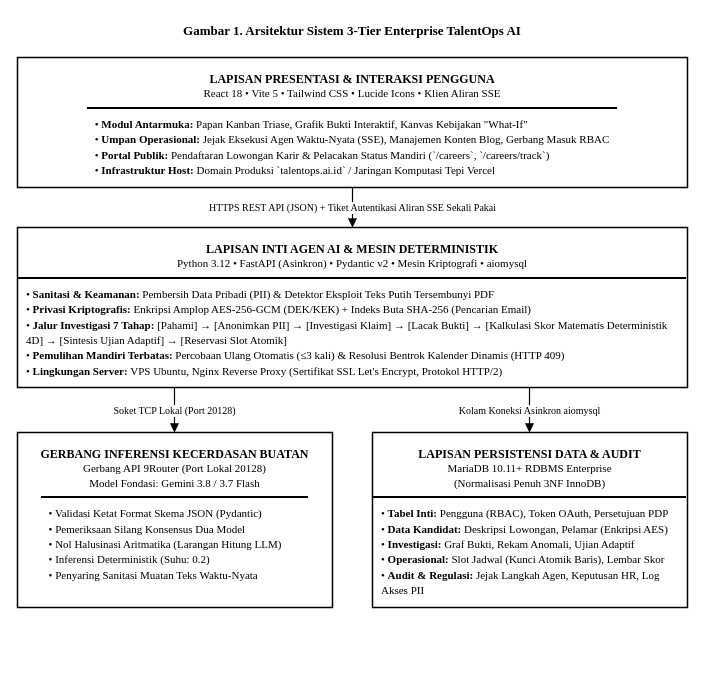
Before: docs/docsLomba/arsitektur_sistem_talentops.drawio.xml in najmifaza/TalentOpsAI, a draw.io diagram. Source tidied: cells renumbered, new cells numbered last; positions are measured from the earlier drawing's top-left corner, leaving out a move shared by most shapes. Both pictures are drawn from the tidied source at 100%, with x=0, y=0 at pixel (17, 17).
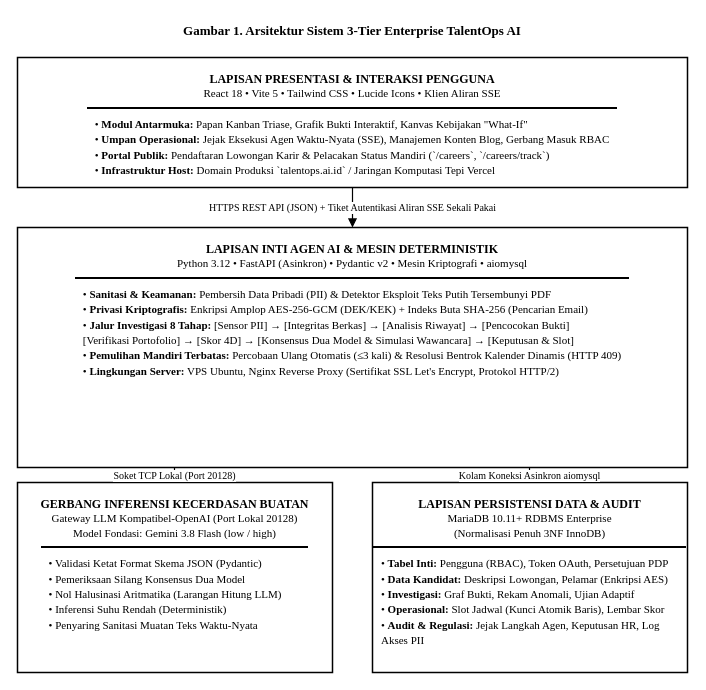
Above is the later version.

The edit, as a diff of the source:
```diff
@@
 <mxGraphModel background="light-dark(#ffffff, #121212)">
   <root>
     <mxCell id="0" />
     <mxCell id="1" parent="0" />
     <mxCell id="2" value="Gambar 1. Arsitektur Sistem 3-Tier Enterprise TalentOps AI" style="text;html=1;strokeColor=none;fillColor=none;align=center;verticalAlign=middle;whiteSpace=wrap;rounded=0;fontSize=13;fontStyle=1;fontColor=#000000;fontFamily=Times New Roman;" parent="1" vertex="1">
       <mxGeometry width="670" height="25" as="geometry" />
     </mxCell>
     <mxCell id="3" value="&lt;b&gt;LAPISAN PRESENTASI &amp;amp; INTERAKSI PENGGUNA&lt;/b&gt;&lt;br&gt;&lt;font style=&quot;font-size: 11px;&quot;&gt;React 18 • Vite 5 • Tailwind CSS • Lucide Icons • Klien Aliran SSE&lt;/font&gt;&lt;hr style=&quot;border: 0.5px solid #000000;&quot;&gt;&lt;div align=&quot;left&quot; style=&quot;padding: 2px 8px; font-size: 11px; line-height: 1.4;&quot;&gt;• &lt;b&gt;Modul Antarmuka:&lt;/b&gt; Papan Kanban Triase, Grafik Bukti Interaktif, Kanvas Kebijakan &amp;quot;What-If&amp;quot;&lt;br&gt;• &lt;b&gt;Umpan Operasional:&lt;/b&gt; Jejak Eksekusi Agen Waktu-Nyata (SSE), Manajemen Konten Blog, Gerbang Masuk RBAC&lt;br&gt;• &lt;b&gt;Portal Publik:&lt;/b&gt; Pendaftaran Lowongan Karir &amp;amp; Pelacakan Status Mandiri (`/careers`, `/careers/track`)&lt;br&gt;• &lt;b&gt;Infrastruktur Host:&lt;/b&gt; Domain Produksi `talentops.ai.id` / Jaringan Komputasi Tepi Vercel&lt;/div&gt;" style="rounded=0;whiteSpace=wrap;html=1;fillColor=#FFFFFF;strokeColor=#000000;strokeWidth=1.5;align=center;verticalAlign=top;spacingTop=8;fontColor=#000000;fontSize=12;fontFamily=Times New Roman;" parent="1" vertex="1">
       <mxGeometry y="40" width="670" height="130" as="geometry" />
     </mxCell>
     <mxCell id="4" value="HTTPS REST API (JSON) + Tiket Autentikasi Aliran SSE Sekali Pakai" style="edgeStyle=orthogonalEdgeStyle;rounded=0;jettySize=auto;html=1;strokeColor=light-dark(#000000,#000000);strokeWidth=1.2;fontColor=#000000;fontSize=10;fontFamily=Times New Roman;align=center;labelBackgroundColor=#FFFFFF;endArrow=block;endFill=1;" parent="1" edge="1" source="3" target="5">
       <mxGeometry relative="1" as="geometry" />
     </mxCell>
-    <mxCell id="5" value="&lt;b&gt;LAPISAN INTI AGEN AI &amp;amp; MESIN DETERMINISTIK&lt;/b&gt;&lt;br&gt;&lt;font style=&quot;font-size: 11px;&quot;&gt;Python 3.12 • FastAPI (Asinkron) • Pydantic v2 • Mesin Kriptografi • aiomysql&lt;/font&gt;&lt;hr style=&quot;border: 0.5px solid #000000;&quot;&gt;&lt;div align=&quot;left&quot; style=&quot;padding: 2px 8px; font-size: 11px; line-height: 1.4;&quot;&gt;• &lt;b&gt;Sanitasi &amp;amp; Keamanan:&lt;/b&gt; Pembersih Data Pribadi (PII) &amp;amp; Detektor Eksploit Teks Putih Tersembunyi PDF&lt;br&gt;• &lt;b&gt;Privasi Kriptografis:&lt;/b&gt; Enkripsi Amplop AES-256-GCM (DEK/KEK) + Indeks Buta SHA-256 (Pencarian Email)&lt;br&gt;• &lt;b&gt;Jalur Investigasi 7 Tahap:&lt;/b&gt; [Pahami] → [Anonimkan PII] → [Investigasi Klaim] → [Lacak Bukti] → [Kalkulasi Skor Matematis Deterministik 4D] → [Sintesis Ujian Adaptif] → [Reservasi Slot Atomik]&lt;br&gt;• &lt;b&gt;Pemulihan Mandiri Terbatas:&lt;/b&gt; Percobaan Ulang Otomatis (≤3 kali) &amp;amp; Resolusi Bentrok Kalender Dinamis (HTTP 409)&lt;br&gt;• &lt;b&gt;Lingkungan Server:&lt;/b&gt; VPS Ubuntu, Nginx Reverse Proxy (Sertifikat SSL Let's Encrypt, Protokol HTTP/2)&lt;/div&gt;" style="rounded=0;whiteSpace=wrap;html=1;fillColor=#FFFFFF;strokeColor=#000000;strokeWidth=1.5;align=center;verticalAlign=top;spacingTop=8;fontColor=#000000;fontSize=12;fontFamily=Times New Roman;" parent="1" vertex="1">
-      <mxGeometry y="210" width="670" height="160" as="geometry" />
+    <mxCell id="5" value="&lt;b&gt;LAPISAN INTI AGEN AI &amp;amp; MESIN DETERMINISTIK&lt;/b&gt;&lt;br&gt;&lt;font style=&quot;font-size: 11px;&quot;&gt;Python 3.12 • FastAPI (Asinkron) • Pydantic v2 • Mesin Kriptografi • aiomysql&lt;/font&gt;&lt;hr style=&quot;border: 0.5px solid #000000;&quot;&gt;&lt;div align=&quot;left&quot; style=&quot;padding: 2px 8px; font-size: 11px; line-height: 1.4;&quot;&gt;• &lt;b&gt;Sanitasi &amp;amp; Keamanan:&lt;/b&gt; Pembersih Data Pribadi (PII) &amp;amp; Detektor Eksploit Teks Putih Tersembunyi PDF&lt;br&gt;• &lt;b&gt;Privasi Kriptografis:&lt;/b&gt; Enkripsi Amplop AES-256-GCM (DEK/KEK) + Indeks Buta SHA-256 (Pencarian Email)&lt;br&gt;• &lt;b&gt;Jalur Investigasi 8 Tahap:&lt;/b&gt; [Sensor PII] → [Integritas Berkas] → [Analisis Riwayat] → [Pencocokan Bukti]&lt;br&gt;[Verifikasi Portofolio] → [Skor 4D] → [Konsensus Dua Model &amp;amp; Simulasi Wawancara] → [Keputusan &amp;amp; Slot]&lt;br&gt;• &lt;b&gt;Pemulihan Mandiri Terbatas:&lt;/b&gt; Percobaan Ulang Otomatis (≤3 kali) &amp;amp; Resolusi Bentrok Kalender Dinamis (HTTP 409)&lt;br&gt;• &lt;b&gt;Lingkungan Server:&lt;/b&gt; VPS Ubuntu, Nginx Reverse Proxy (Sertifikat SSL Let's Encrypt, Protokol HTTP/2)&lt;/div&gt;" style="rounded=0;whiteSpace=wrap;html=1;fillColor=#FFFFFF;strokeColor=#000000;strokeWidth=1.5;align=center;verticalAlign=top;spacingTop=8;fontColor=#000000;fontSize=12;fontFamily=Times New Roman;" parent="1" vertex="1">
+      <mxGeometry y="210" width="670" height="240" as="geometry" />
     </mxCell>
-    <mxCell id="6" value="&lt;b&gt;GERBANG INFERENSI KECERDASAN BUATAN&lt;/b&gt;&lt;br&gt;&lt;font style=&quot;font-size: 11px;&quot;&gt;Gerbang API 9Router (Port Lokal 20128)&lt;br&gt;Model Fondasi: Gemini 3.8 / 3.7 Flash&lt;/font&gt;&lt;hr style=&quot;border: 0.5px solid #000000;&quot;&gt;&lt;div align=&quot;left&quot; style=&quot;padding: 2px 8px; font-size: 11px; line-height: 1.4;&quot;&gt;• Validasi Ketat Format Skema JSON (Pydantic)&lt;br&gt;• Pemeriksaan Silang Konsensus Dua Model&lt;br&gt;• Nol Halusinasi Aritmatika (Larangan Hitung LLM)&lt;br&gt;• Inferensi Deterministik (Suhu: 0.2)&lt;br&gt;• Penyaring Sanitasi Muatan Teks Waktu-Nyata&lt;/div&gt;" style="rounded=0;whiteSpace=wrap;html=1;fillColor=#FFFFFF;strokeColor=#000000;strokeWidth=1.5;align=center;verticalAlign=top;spacingTop=8;fontColor=#000000;fontSize=12;fontFamily=Times New Roman;" parent="1" vertex="1">
-      <mxGeometry y="415" width="315" height="175" as="geometry" />
+    <mxCell id="6" value="&lt;b&gt;GERBANG INFERENSI KECERDASAN BUATAN&lt;/b&gt;&lt;br&gt;&lt;font style=&quot;font-size: 11px;&quot;&gt;Gateway LLM Kompatibel-OpenAI (Port Lokal 20128)&lt;br&gt;Model Fondasi: Gemini 3.8 Flash (low / high)&lt;/font&gt;&lt;hr style=&quot;border: 0.5px solid #000000;&quot;&gt;&lt;div align=&quot;left&quot; style=&quot;padding: 2px 8px; font-size: 11px; line-height: 1.4;&quot;&gt;• Validasi Ketat Format Skema JSON (Pydantic)&lt;br&gt;• Pemeriksaan Silang Konsensus Dua Model&lt;br&gt;• Nol Halusinasi Aritmatika (Larangan Hitung LLM)&lt;br&gt;• Inferensi Suhu Rendah (Deterministik)&lt;br&gt;• Penyaring Sanitasi Muatan Teks Waktu-Nyata&lt;/div&gt;" style="rounded=0;whiteSpace=wrap;html=1;fillColor=#FFFFFF;strokeColor=#000000;strokeWidth=1.5;align=center;verticalAlign=top;spacingTop=8;fontColor=#000000;fontSize=12;fontFamily=Times New Roman;" parent="1" vertex="1">
+      <mxGeometry y="465" width="315" height="190" as="geometry" />
     </mxCell>
     <mxCell id="7" value="&lt;b&gt;LAPISAN PERSISTENSI DATA &amp;amp; AUDIT&lt;/b&gt;&lt;br&gt;&lt;font style=&quot;font-size: 11px;&quot;&gt;MariaDB 10.11+ RDBMS Enterprise&lt;br&gt;(Normalisasi Penuh 3NF InnoDB)&lt;/font&gt;&lt;hr style=&quot;border: 0.5px solid #000000;&quot;&gt;&lt;div align=&quot;left&quot; style=&quot;padding: 2px 8px; font-size: 11px; line-height: 1.4;&quot;&gt;• &lt;b&gt;Tabel Inti:&lt;/b&gt; Pengguna (RBAC), Token OAuth, Persetujuan PDP&lt;br&gt;• &lt;b&gt;Data Kandidat:&lt;/b&gt; Deskripsi Lowongan, Pelamar (Enkripsi AES)&lt;br&gt;• &lt;b&gt;Investigasi:&lt;/b&gt; Graf Bukti, Rekam Anomali, Ujian Adaptif&lt;br&gt;• &lt;b&gt;Operasional:&lt;/b&gt; Slot Jadwal (Kunci Atomik Baris), Lembar Skor&lt;br&gt;• &lt;b&gt;Audit &amp;amp; Regulasi:&lt;/b&gt; Jejak Langkah Agen, Keputusan HR, Log Akses PII&lt;/div&gt;" style="rounded=0;whiteSpace=wrap;html=1;fillColor=#FFFFFF;strokeColor=#000000;strokeWidth=1.5;align=center;verticalAlign=top;spacingTop=8;fontColor=#000000;fontSize=12;fontFamily=Times New Roman;" parent="1" vertex="1">
-      <mxGeometry x="355" y="415" width="315" height="175" as="geometry" />
+      <mxGeometry x="355" y="465" width="315" height="190" as="geometry" />
     </mxCell>
     <mxCell id="8" value="Soket TCP Lokal (Port 20128)" style="edgeStyle=orthogonalEdgeStyle;rounded=0;jettySize=auto;html=1;strokeColor=light-dark(#000000,#000000);strokeWidth=1.2;fontColor=#000000;fontSize=10;fontFamily=Times New Roman;align=center;labelBackgroundColor=#FFFFFF;endArrow=block;endFill=1;" parent="1" edge="1" source="5" target="6">
       <mxGeometry relative="1" as="geometry">
         <Array as="points">
-          <mxPoint x="157" y="390" />
-          <mxPoint x="157" y="390" />
+          <mxPoint x="157" y="455" />
+          <mxPoint x="157" y="455" />
         </Array>
       </mxGeometry>
     </mxCell>
     <mxCell id="9" value="Kolam Koneksi Asinkron aiomysql" style="edgeStyle=orthogonalEdgeStyle;rounded=0;jettySize=auto;html=1;strokeWidth=1.2;fontColor=#000000;fontSize=10;fontFamily=Times New Roman;align=center;labelBackgroundColor=#FFFFFF;endArrow=block;endFill=1;strokeColor=light-dark(#000000,#000000);" parent="1" edge="1" source="5" target="7">
       <mxGeometry relative="1" as="geometry">
         <Array as="points">
-          <mxPoint x="512" y="390" />
-          <mxPoint x="512" y="390" />
+          <mxPoint x="512" y="455" />
+          <mxPoint x="512" y="455" />
         </Array>
       </mxGeometry>
     </mxCell>
   </root>
 </mxGraphModel>
```
